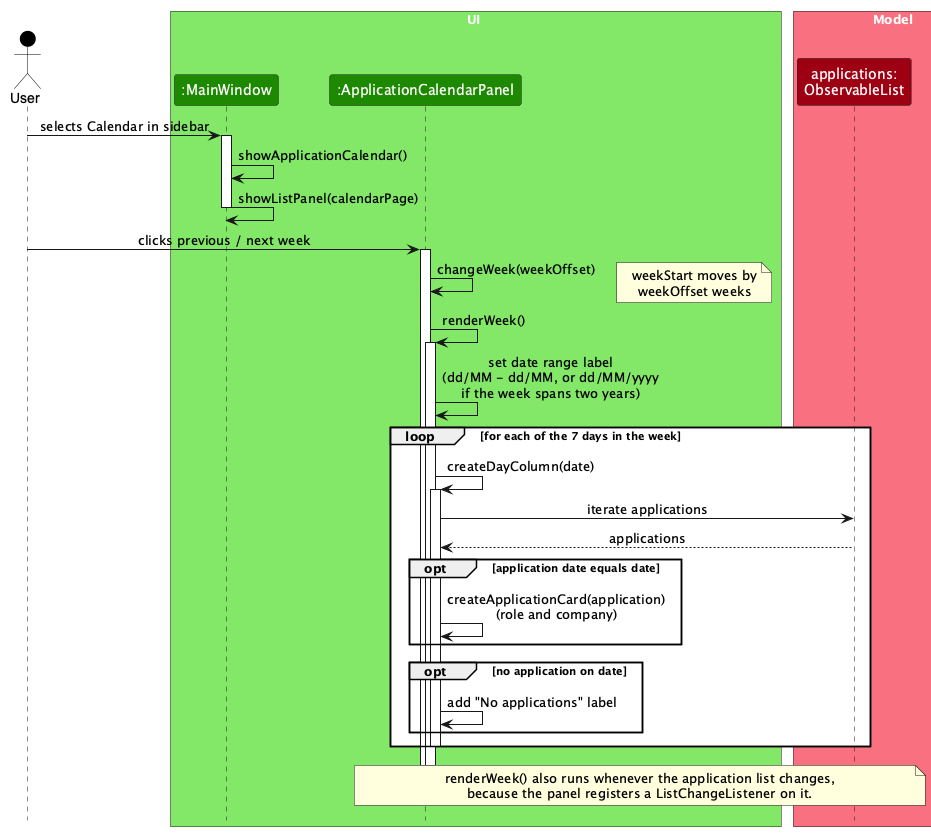
Earlier version of the PlantUML export docs/images/ApplicationCalendarSequenceDiagram.png (AY2627S1-CS2103T-T12-3/tp).
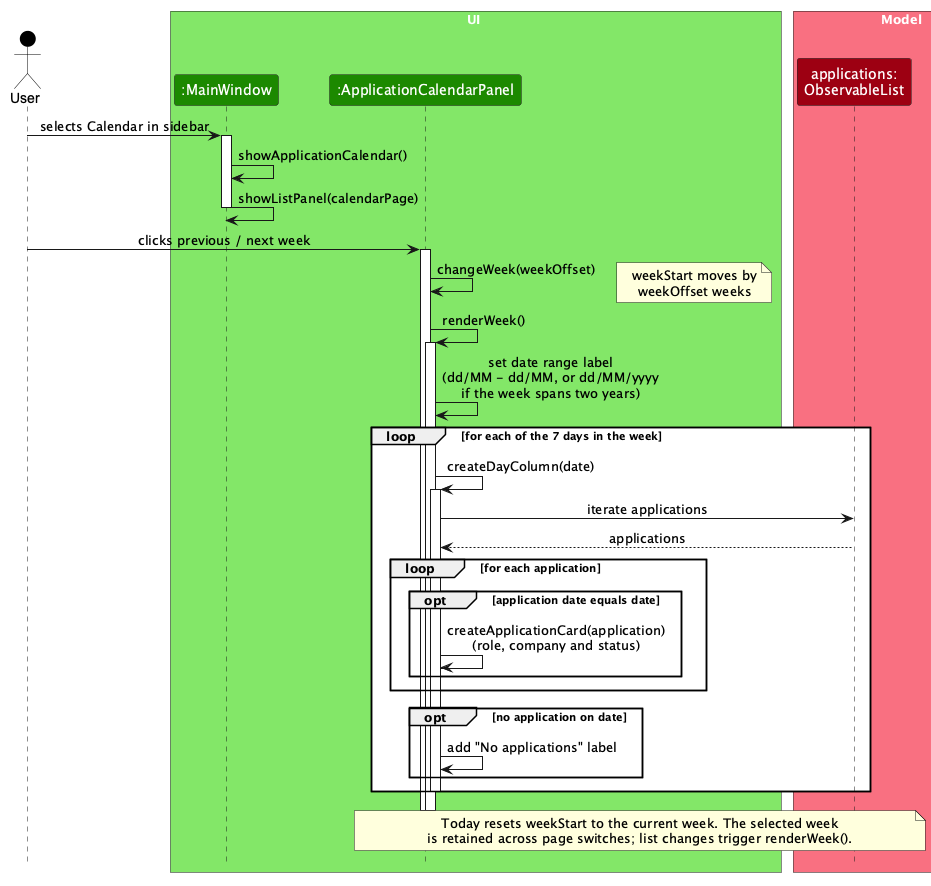
After the commit.

Change to the diagram source:
```diff
@@ -32,8 +32,10 @@
     activate CalendarPanel
     CalendarPanel -> Applications : iterate applications
     Applications --> CalendarPanel : applications
-    opt application date equals date
-        CalendarPanel -> CalendarPanel : createApplicationCard(application)\n(role and company)
+    loop for each application
+        opt application date equals date
+            CalendarPanel -> CalendarPanel : createApplicationCard(application)\n(role, company and status)
+        end
     end
     opt no application on date
         CalendarPanel -> CalendarPanel : add "No applications" label
@@ -44,7 +46,7 @@
 deactivate CalendarPanel
 
 note over CalendarPanel, Applications
-renderWeek() also runs whenever the application list changes,
-because the panel registers a ListChangeListener on it.
+Today resets weekStart to the current week. The selected week
+is retained across page switches; list changes trigger renderWeek().
 end note
 @enduml
```
